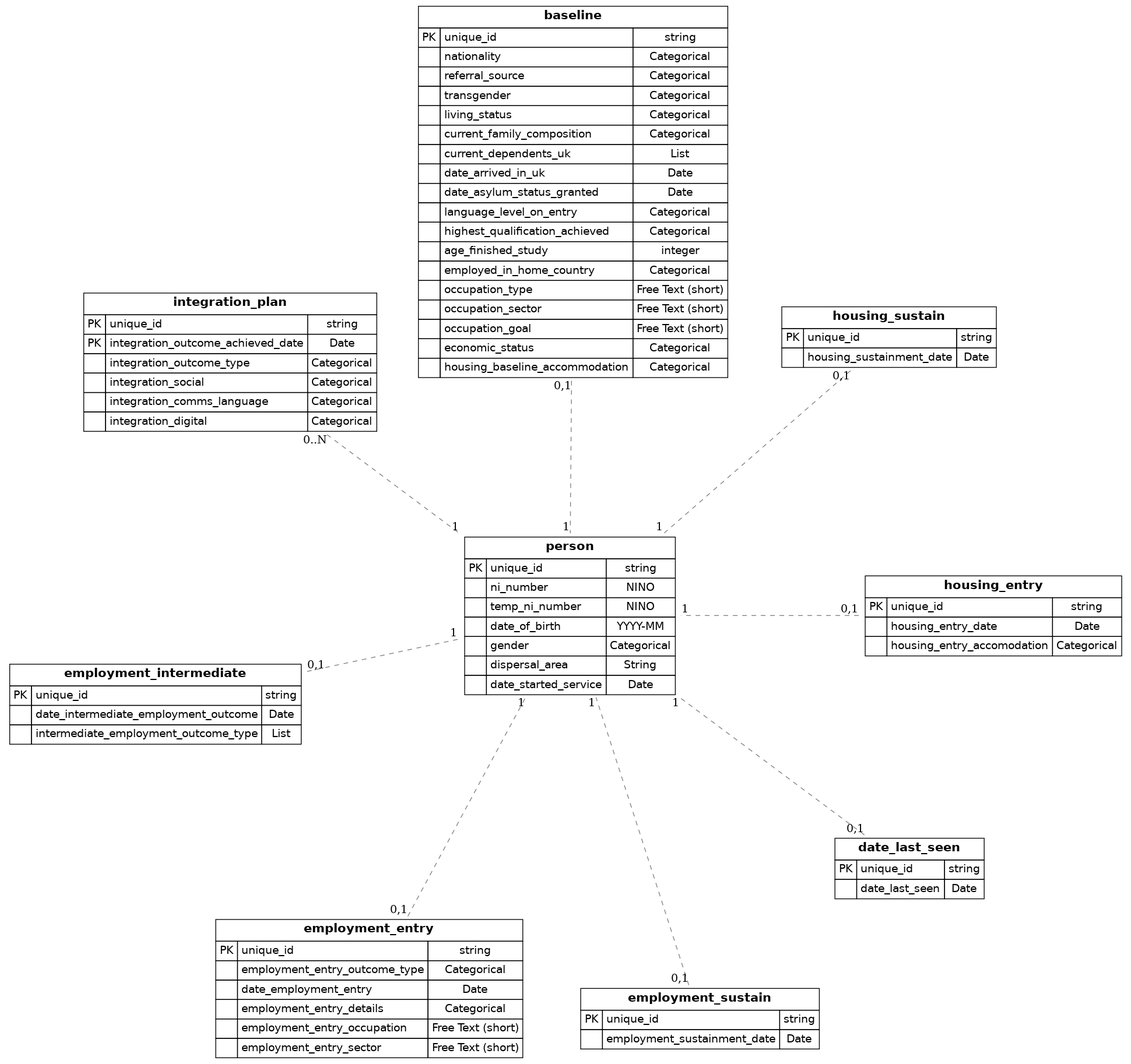
SocialFinanceDigitalLabs/RTOF-specification keeps this Graphviz diagram as assets/spec/record-relationships.png. Above is the earlier version. Its source is kept beside it as assets/spec/record-relationships.dot. Source of this version:
```dot
graph {
    graph [rankdir=RL];
    node [label="\N",
        shape=plaintext
    ];
    edge [color=gray50,
        minlen=2,
        style=dashed
    ];



"person" [label=<<FONT FACE="Helvetica">
    <TABLE BORDER="0" CELLBORDER="1" CELLPADDING="4" CELLSPACING="0">
        <TR>
            <TD COLSPAN="3"><B><FONT POINT-SIZE="16">person</FONT></B></TD>
        </TR>

        <TR>
            <TD>PK</TD>
            <TD ALIGN="LEFT">unique_id</TD>
            <TD ALIGN="CENTER">string</TD>
        </TR>
        <TR>
            <TD></TD>
            <TD ALIGN="LEFT">ni_number</TD>
            <TD ALIGN="CENTER">NINO</TD>
        </TR>
        <TR>
            <TD></TD>
            <TD ALIGN="LEFT">temp_ni_number</TD>
            <TD ALIGN="CENTER">NINO</TD>
        </TR>
        <TR>
            <TD></TD>
            <TD ALIGN="LEFT">date_of_birth</TD>
            <TD ALIGN="CENTER">YYYY-MM</TD>
        </TR>
        <TR>
            <TD></TD>
            <TD ALIGN="LEFT">gender</TD>
            <TD ALIGN="CENTER">Categorical</TD>
        </TR>
        <TR>
            <TD></TD>
            <TD ALIGN="LEFT">dispersal_area</TD>
            <TD ALIGN="CENTER">String</TD>
        </TR>
        <TR>
            <TD></TD>
            <TD ALIGN="LEFT">date_started_service</TD>
            <TD ALIGN="CENTER">Date</TD>
        </TR>
    </TABLE>
</FONT>>];


"housing_entry" [label=<<FONT FACE="Helvetica">
    <TABLE BORDER="0" CELLBORDER="1" CELLPADDING="4" CELLSPACING="0">
        <TR>
            <TD COLSPAN="3"><B><FONT POINT-SIZE="16">housing_entry</FONT></B></TD>
        </TR>

        <TR>
            <TD>PK</TD>
            <TD ALIGN="LEFT">unique_id</TD>
            <TD ALIGN="CENTER">string</TD>
        </TR>
        <TR>
            <TD></TD>
            <TD ALIGN="LEFT">housing_entry_date</TD>
            <TD ALIGN="CENTER">Date</TD>
        </TR>
        <TR>
            <TD></TD>
            <TD ALIGN="LEFT">housing_entry_accomodation</TD>
            <TD ALIGN="CENTER">Categorical</TD>
        </TR>
    </TABLE>
</FONT>>];


"housing_sustain" [label=<<FONT FACE="Helvetica">
    <TABLE BORDER="0" CELLBORDER="1" CELLPADDING="4" CELLSPACING="0">
        <TR>
            <TD COLSPAN="3"><B><FONT POINT-SIZE="16">housing_sustain</FONT></B></TD>
        </TR>

        <TR>
            <TD>PK</TD>
            <TD ALIGN="LEFT">unique_id</TD>
            <TD ALIGN="CENTER">string</TD>
        </TR>
        <TR>
            <TD></TD>
            <TD ALIGN="LEFT">housing_sustainment_date</TD>
            <TD ALIGN="CENTER">Date</TD>
        </TR>
    </TABLE>
</FONT>>];


"baseline" [label=<<FONT FACE="Helvetica">
    <TABLE BORDER="0" CELLBORDER="1" CELLPADDING="4" CELLSPACING="0">
        <TR>
            <TD COLSPAN="3"><B><FONT POINT-SIZE="16">baseline</FONT></B></TD>
        </TR>

        <TR>
            <TD>PK</TD>
            <TD ALIGN="LEFT">unique_id</TD>
            <TD ALIGN="CENTER">string</TD>
        </TR>
        <TR>
            <TD></TD>
            <TD ALIGN="LEFT">nationality</TD>
            <TD ALIGN="CENTER">Categorical</TD>
        </TR>
        <TR>
            <TD></TD>
            <TD ALIGN="LEFT">referral_source</TD>
            <TD ALIGN="CENTER">Categorical</TD>
        </TR>
        <TR>
            <TD></TD>
            <TD ALIGN="LEFT">transgender</TD>
            <TD ALIGN="CENTER">Categorical</TD>
        </TR>
        <TR>
            <TD></TD>
            <TD ALIGN="LEFT">living_status</TD>
            <TD ALIGN="CENTER">Categorical</TD>
        </TR>
        <TR>
            <TD></TD>
            <TD ALIGN="LEFT">current_family_composition</TD>
            <TD ALIGN="CENTER">Categorical</TD>
        </TR>
        <TR>
            <TD></TD>
            <TD ALIGN="LEFT">current_dependents_uk</TD>
            <TD ALIGN="CENTER">List</TD>
        </TR>
        <TR>
            <TD></TD>
            <TD ALIGN="LEFT">date_arrived_in_uk</TD>
            <TD ALIGN="CENTER">Date</TD>
        </TR>
        <TR>
            <TD></TD>
            <TD ALIGN="LEFT">date_asylum_status_granted</TD>
            <TD ALIGN="CENTER">Date</TD>
        </TR>
        <TR>
            <TD></TD>
            <TD ALIGN="LEFT">language_level_on_entry</TD>
            <TD ALIGN="CENTER">Categorical</TD>
        </TR>
        <TR>
            <TD></TD>
            <TD ALIGN="LEFT">highest_qualification_achieved</TD>
            <TD ALIGN="CENTER">Categorical</TD>
        </TR>
        <TR>
            <TD></TD>
            <TD ALIGN="LEFT">age_finished_study</TD>
            <TD ALIGN="CENTER">integer</TD>
        </TR>
        <TR>
            <TD></TD>
            <TD ALIGN="LEFT">employed_in_home_country</TD>
            <TD ALIGN="CENTER">Categorical</TD>
        </TR>
        <TR>
            <TD></TD>
            <TD ALIGN="LEFT">occupation_type</TD>
            <TD ALIGN="CENTER">Free Text (short)</TD>
        </TR>
        <TR>
            <TD></TD>
            <TD ALIGN="LEFT">occupation_sector</TD>
            <TD ALIGN="CENTER">Free Text (short)</TD>
        </TR>
        <TR>
            <TD></TD>
            <TD ALIGN="LEFT">occupation_goal</TD>
            <TD ALIGN="CENTER">Free Text (short)</TD>
        </TR>
        <TR>
            <TD></TD>
            <TD ALIGN="LEFT">economic_status</TD>
            <TD ALIGN="CENTER">Categorical</TD>
        </TR>
        <TR>
            <TD></TD>
            <TD ALIGN="LEFT">housing_baseline_accommodation</TD>
            <TD ALIGN="CENTER">Categorical</TD>
        </TR>
    </TABLE>
</FONT>>];


"integration_plan" [label=<<FONT FACE="Helvetica">
    <TABLE BORDER="0" CELLBORDER="1" CELLPADDING="4" CELLSPACING="0">
        <TR>
            <TD COLSPAN="3"><B><FONT POINT-SIZE="16">integration_plan</FONT></B></TD>
        </TR>

        <TR>
            <TD>PK</TD>
            <TD ALIGN="LEFT">unique_id</TD>
            <TD ALIGN="CENTER">string</TD>
        </TR>
        <TR>
            <TD>PK</TD>
            <TD ALIGN="LEFT">integration_outcome_achieved_date</TD>
            <TD ALIGN="CENTER">Date</TD>
        </TR>
        <TR>
            <TD></TD>
            <TD ALIGN="LEFT">integration_outcome_type</TD>
            <TD ALIGN="CENTER">Categorical</TD>
        </TR>
        <TR>
            <TD></TD>
            <TD ALIGN="LEFT">integration_social</TD>
            <TD ALIGN="CENTER">Categorical</TD>
        </TR>
        <TR>
            <TD></TD>
            <TD ALIGN="LEFT">integration_comms_language</TD>
            <TD ALIGN="CENTER">Categorical</TD>
        </TR>
        <TR>
            <TD></TD>
            <TD ALIGN="LEFT">integration_digital</TD>
            <TD ALIGN="CENTER">Categorical</TD>
        </TR>
    </TABLE>
</FONT>>];


"employment_intermediate" [label=<<FONT FACE="Helvetica">
    <TABLE BORDER="0" CELLBORDER="1" CELLPADDING="4" CELLSPACING="0">
        <TR>
            <TD COLSPAN="3"><B><FONT POINT-SIZE="16">employment_intermediate</FONT></B></TD>
        </TR>

        <TR>
            <TD>PK</TD>
            <TD ALIGN="LEFT">unique_id</TD>
            <TD ALIGN="CENTER">string</TD>
        </TR>
        <TR>
            <TD></TD>
            <TD ALIGN="LEFT">date_intermediate_employment_outcome</TD>
            <TD ALIGN="CENTER">Date</TD>
        </TR>
        <TR>
            <TD></TD>
            <TD ALIGN="LEFT">intermediate_employment_outcome_type</TD>
            <TD ALIGN="CENTER">List</TD>
        </TR>
    </TABLE>
</FONT>>];


"employment_entry" [label=<<FONT FACE="Helvetica">
    <TABLE BORDER="0" CELLBORDER="1" CELLPADDING="4" CELLSPACING="0">
        <TR>
            <TD COLSPAN="3"><B><FONT POINT-SIZE="16">employment_entry</FONT></B></TD>
        </TR>

        <TR>
            <TD>PK</TD>
            <TD ALIGN="LEFT">unique_id</TD>
            <TD ALIGN="CENTER">string</TD>
        </TR>
        <TR>
            <TD></TD>
            <TD ALIGN="LEFT">employment_entry_outcome_type</TD>
            <TD ALIGN="CENTER">Categorical</TD>
        </TR>
        <TR>
            <TD></TD>
            <TD ALIGN="LEFT">date_employment_entry</TD>
            <TD ALIGN="CENTER">Date</TD>
        </TR>
        <TR>
            <TD></TD>
            <TD ALIGN="LEFT">employment_entry_details</TD>
            <TD ALIGN="CENTER">Categorical</TD>
        </TR>
        <TR>
            <TD></TD>
            <TD ALIGN="LEFT">employment_entry_occupation</TD>
            <TD ALIGN="CENTER">Free Text (short)</TD>
        </TR>
        <TR>
            <TD></TD>
            <TD ALIGN="LEFT">employment_entry_sector</TD>
            <TD ALIGN="CENTER">Free Text (short)</TD>
        </TR>
    </TABLE>
</FONT>>];


"employment_sustain" [label=<<FONT FACE="Helvetica">
    <TABLE BORDER="0" CELLBORDER="1" CELLPADDING="4" CELLSPACING="0">
        <TR>
            <TD COLSPAN="3"><B><FONT POINT-SIZE="16">employment_sustain</FONT></B></TD>
        </TR>

        <TR>
            <TD>PK</TD>
            <TD ALIGN="LEFT">unique_id</TD>
            <TD ALIGN="CENTER">string</TD>
        </TR>
        <TR>
            <TD></TD>
            <TD ALIGN="LEFT">employment_sustainment_date</TD>
            <TD ALIGN="CENTER">Date</TD>
        </TR>
    </TABLE>
</FONT>>];


"date_last_seen" [label=<<FONT FACE="Helvetica">
    <TABLE BORDER="0" CELLBORDER="1" CELLPADDING="4" CELLSPACING="0">
        <TR>
            <TD COLSPAN="3"><B><FONT POINT-SIZE="16">date_last_seen</FONT></B></TD>
        </TR>

        <TR>
            <TD>PK</TD>
            <TD ALIGN="LEFT">unique_id</TD>
            <TD ALIGN="CENTER">string</TD>
        </TR>
        <TR>
            <TD></TD>
            <TD ALIGN="LEFT">date_last_seen</TD>
            <TD ALIGN="CENTER">Date</TD>
        </TR>
    </TABLE>
</FONT>>];



"housing_entry" -- "person" [taillabel="0,1", headlabel="1"];

"baseline" -- "person" [taillabel="0,1", headlabel="1"];

"date_last_seen" -- "person" [taillabel="0,1", headlabel="1"];

"housing_sustain" -- "person" [taillabel="0,1", headlabel="1"];

"employment_entry" -- "person" [taillabel="0,1", headlabel="1"];

"employment_sustain" -- "person" [taillabel="0,1", headlabel="1"];

"integration_plan" -- "person" [taillabel="0..N", headlabel="1"];

"employment_intermediate" -- "person" [taillabel="0,1", headlabel="1"];


}
```
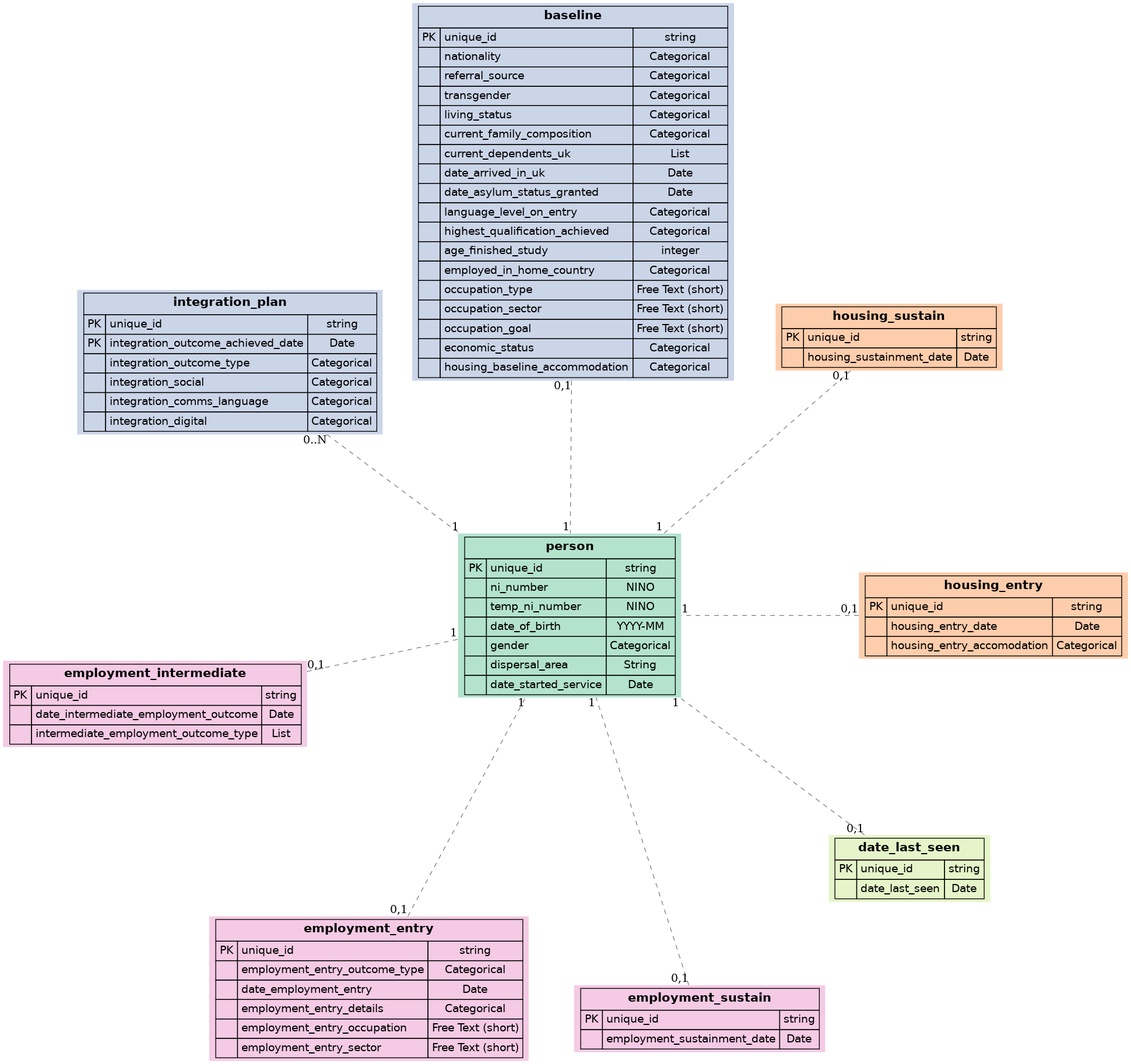
Above is the later version.

Change to the diagram source:
```diff
@@ -10,7 +10,7 @@
 
 
 
-"person" [label=<<FONT FACE="Helvetica">
+"person" [id="person", fillcolor="#b3e2cd", style="filled", label=<<FONT FACE="Helvetica">
     <TABLE BORDER="0" CELLBORDER="1" CELLPADDING="4" CELLSPACING="0">
         <TR>
             <TD COLSPAN="3"><B><FONT POINT-SIZE="16">person</FONT></B></TD>
@@ -55,7 +55,7 @@
 </FONT>>];
 
 
-"housing_entry" [label=<<FONT FACE="Helvetica">
+"housing_entry" [id="housing_entry", fillcolor="#fdcdac", style="filled", label=<<FONT FACE="Helvetica">
     <TABLE BORDER="0" CELLBORDER="1" CELLPADDING="4" CELLSPACING="0">
         <TR>
             <TD COLSPAN="3"><B><FONT POINT-SIZE="16">housing_entry</FONT></B></TD>
@@ -80,7 +80,7 @@
 </FONT>>];
 
 
-"housing_sustain" [label=<<FONT FACE="Helvetica">
+"housing_sustain" [id="housing_sustain", fillcolor="#fdcdac", style="filled", label=<<FONT FACE="Helvetica">
     <TABLE BORDER="0" CELLBORDER="1" CELLPADDING="4" CELLSPACING="0">
         <TR>
             <TD COLSPAN="3"><B><FONT POINT-SIZE="16">housing_sustain</FONT></B></TD>
@@ -100,7 +100,7 @@
 </FONT>>];
 
 
-"baseline" [label=<<FONT FACE="Helvetica">
+"baseline" [id="baseline", fillcolor="#cbd5e8", style="filled", label=<<FONT FACE="Helvetica">
     <TABLE BORDER="0" CELLBORDER="1" CELLPADDING="4" CELLSPACING="0">
         <TR>
             <TD COLSPAN="3"><B><FONT POINT-SIZE="16">baseline</FONT></B></TD>
@@ -200,7 +200,7 @@
 </FONT>>];
 
 
-"integration_plan" [label=<<FONT FACE="Helvetica">
+"integration_plan" [id="integration_plan", fillcolor="#cbd5e8", style="filled", label=<<FONT FACE="Helvetica">
     <TABLE BORDER="0" CELLBORDER="1" CELLPADDING="4" CELLSPACING="0">
         <TR>
             <TD COLSPAN="3"><B><FONT POINT-SIZE="16">integration_plan</FONT></B></TD>
@@ -240,7 +240,7 @@
 </FONT>>];
 
 
-"employment_intermediate" [label=<<FONT FACE="Helvetica">
+"employment_intermediate" [id="employment_intermediate", fillcolor="#f4cae4", style="filled", label=<<FONT FACE="Helvetica">
     <TABLE BORDER="0" CELLBORDER="1" CELLPADDING="4" CELLSPACING="0">
         <TR>
             <TD COLSPAN="3"><B><FONT POINT-SIZE="16">employment_intermediate</FONT></B></TD>
@@ -265,7 +265,7 @@
 </FONT>>];
 
 
-"employment_entry" [label=<<FONT FACE="Helvetica">
+"employment_entry" [id="employment_entry", fillcolor="#f4cae4", style="filled", label=<<FONT FACE="Helvetica">
     <TABLE BORDER="0" CELLBORDER="1" CELLPADDING="4" CELLSPACING="0">
         <TR>
             <TD COLSPAN="3"><B><FONT POINT-SIZE="16">employment_entry</FONT></B></TD>
@@ -305,7 +305,7 @@
 </FONT>>];
 
 
-"employment_sustain" [label=<<FONT FACE="Helvetica">
+"employment_sustain" [id="employment_sustain", fillcolor="#f4cae4", style="filled", label=<<FONT FACE="Helvetica">
     <TABLE BORDER="0" CELLBORDER="1" CELLPADDING="4" CELLSPACING="0">
         <TR>
             <TD COLSPAN="3"><B><FONT POINT-SIZE="16">employment_sustain</FONT></B></TD>
@@ -325,7 +325,7 @@
 </FONT>>];
 
 
-"date_last_seen" [label=<<FONT FACE="Helvetica">
+"date_last_seen" [id="date_last_seen", fillcolor="#e6f5c9", style="filled", label=<<FONT FACE="Helvetica">
     <TABLE BORDER="0" CELLBORDER="1" CELLPADDING="4" CELLSPACING="0">
         <TR>
             <TD COLSPAN="3"><B><FONT POINT-SIZE="16">date_last_seen</FONT></B></TD>
@@ -346,21 +346,21 @@
 
 
 
-"housing_entry" -- "person" [taillabel="0,1", headlabel="1"];
+"housing_entry" -- "person" [taillabel="0,1", headlabel="1", id="housing_entry--person"];
 
-"baseline" -- "person" [taillabel="0,1", headlabel="1"];
+"baseline" -- "person" [taillabel="0,1", headlabel="1", id="baseline--person"];
 
-"date_last_seen" -- "person" [taillabel="0,1", headlabel="1"];
+"date_last_seen" -- "person" [taillabel="0,1", headlabel="1", id="date_last_seen--person"];
 
-"housing_sustain" -- "person" [taillabel="0,1", headlabel="1"];
+"housing_sustain" -- "person" [taillabel="0,1", headlabel="1", id="housing_sustain--person"];
 
-"employment_entry" -- "person" [taillabel="0,1", headlabel="1"];
+"employment_entry" -- "person" [taillabel="0,1", headlabel="1", id="employment_entry--person"];
 
-"employment_sustain" -- "person" [taillabel="0,1", headlabel="1"];
+"employment_sustain" -- "person" [taillabel="0,1", headlabel="1", id="employment_sustain--person"];
 
-"integration_plan" -- "person" [taillabel="0..N", headlabel="1"];
+"integration_plan" -- "person" [taillabel="0..N", headlabel="1", id="integration_plan--person"];
 
-"employment_intermediate" -- "person" [taillabel="0,1", headlabel="1"];
+"employment_intermediate" -- "person" [taillabel="0,1", headlabel="1", id="employment_intermediate--person"];
 
 
 }
```
